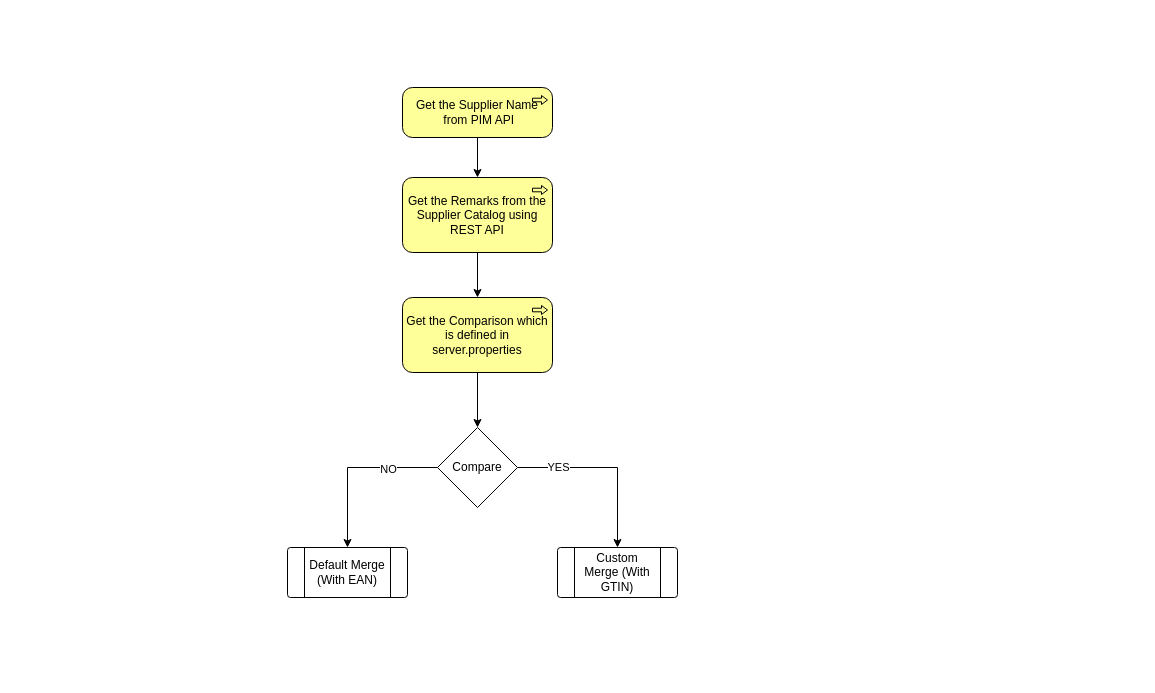
biswarup81/drawings keeps this draw.io diagram as plugin.drawio. Above is the earlier version. Source tidied: cells renumbered, new cells numbered last; positions are measured from the earlier drawing's top-left corner, leaving out a move shared by most shapes. Both pictures are drawn from the tidied source at 100%, with x=0, y=0 at pixel (287, 87).
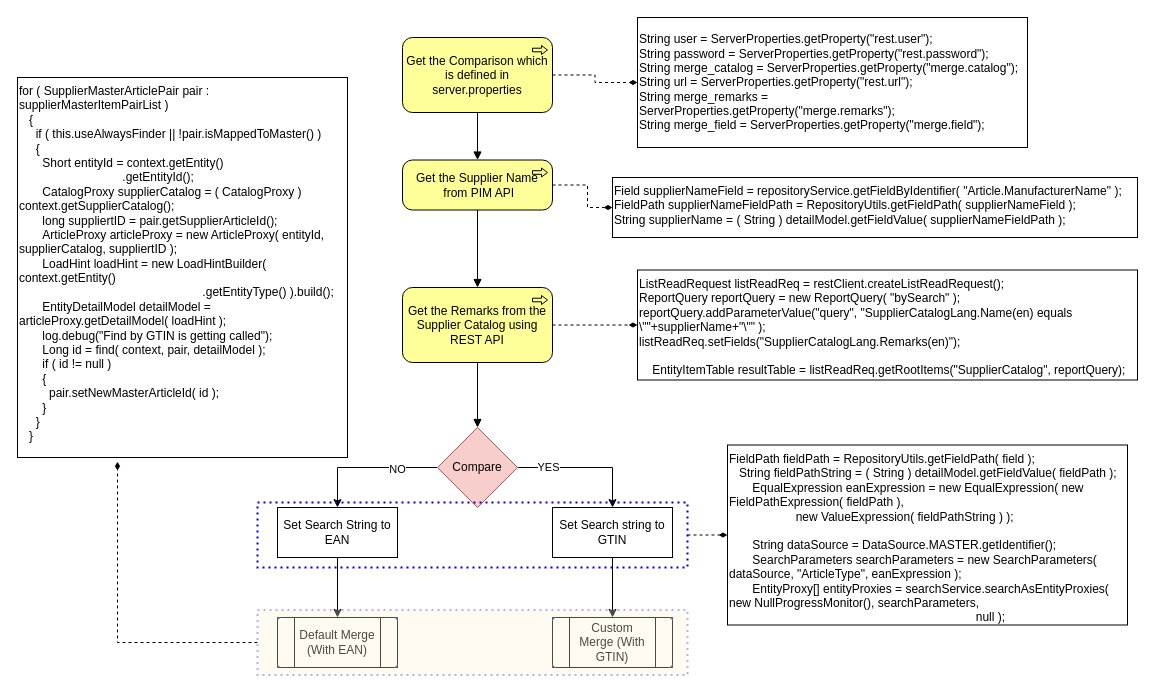
Above is the later version.

The change refers to these unchanged cells:
```xml
<mxCell id="3" style="verticalLabelPosition=bottom;verticalAlign=top;html=1;shape=process;whiteSpace=wrap;rounded=1;size=0.14;arcSize=6;" parent="2" vertex="1">
  <mxGeometry width="120" height="50" as="geometry" />
</mxCell>
<mxCell id="6" style="verticalLabelPosition=bottom;verticalAlign=top;html=1;shape=process;whiteSpace=wrap;rounded=1;size=0.14;arcSize=6;" parent="5" vertex="1">
  <mxGeometry width="120" height="50" as="geometry" />
</mxCell>
```

What changed in the source:
```diff
@@
-    <mxCell id="2" style="group;" parent="1" vertex="1">
-      <mxGeometry y="460" width="120" height="50" as="geometry" />
+    <mxCell id="2" style="group;fillColor=#0050ef;strokeColor=#001DBC;fontColor=#ffffff;" parent="1" vertex="1">
+      <mxGeometry x="-10" y="530" width="120" height="50" as="geometry" />
     </mxCell>
@@
-    <mxCell id="4" value="Default Merge (With EAN)" style="text;html=1;strokeColor=none;fillColor=none;align=center;verticalAlign=middle;whiteSpace=wrap;rounded=0;" parent="2" vertex="1">
+    <mxCell id="4" value="Default Merge (With EAN)" style="text;html=1;align=center;verticalAlign=middle;whiteSpace=wrap;rounded=0;" parent="2" vertex="1">
       <mxGeometry x="20" y="11.4" width="80" height="27.3" as="geometry" />
     </mxCell>
-    <mxCell id="5" style="group;" parent="1" vertex="1">
-      <mxGeometry x="270" y="460" width="120" height="50" as="geometry" />
+    <mxCell id="5" style="group;fillColor=#0050ef;strokeColor=#001DBC;fontColor=#ffffff;" parent="1" vertex="1">
+      <mxGeometry x="265" y="530" width="120" height="50" as="geometry" />
     </mxCell>
@@
-    <mxCell id="8" style="edgeStyle=orthogonalEdgeStyle;rounded=0;jettySize=auto;html=1;" parent="1" edge="1" source="12" target="6">
+    <mxCell id="8" style="edgeStyle=orthogonalEdgeStyle;rounded=0;jettySize=auto;html=1;entryX=0.5;entryY=0;entryDx=0;entryDy=0;" parent="1" edge="1" source="12" target="30">
       <mxGeometry relative="1" as="geometry" />
     </mxCell>
@@
-    <mxCell id="10" style="edgeStyle=orthogonalEdgeStyle;rounded=0;jettySize=auto;html=1;" parent="1" edge="1" source="12" target="3">
+    <mxCell id="10" style="edgeStyle=orthogonalEdgeStyle;rounded=0;jettySize=auto;html=1;entryX=0.5;entryY=0;entryDx=0;entryDy=0;" parent="1" edge="1" source="12" target="28">
       <mxGeometry relative="1" as="geometry" />
     </mxCell>
@@
-    <mxCell id="12" value="Compare" style="rhombus;whiteSpace=wrap;html=1;" parent="1" vertex="1">
+    <mxCell id="12" value="Compare" style="rhombus;whiteSpace=wrap;html=1;fillColor=#f8cecc;strokeColor=#b85450;" parent="1" vertex="1">
       <mxGeometry x="150" y="340" width="80" height="80" as="geometry" />
     </mxCell>
-    <mxCell id="13" style="edgeStyle=orthogonalEdgeStyle;rounded=0;jettySize=auto;html=1;" parent="1" edge="1" source="14" target="18">
-      <mxGeometry relative="1" as="geometry" />
-    </mxCell>
+    <mxCell id="19" style="edgeStyle=orthogonalEdgeStyle;rounded=0;jettySize=auto;html=1;entryX=0;entryY=0.5;entryDx=0;entryDy=0;dashed=1;endArrow=diamondThin;endFill=1;" parent="1" edge="1" source="14" target="25">
+      <mxGeometry relative="1" as="geometry" />
+    </mxCell>
+    <mxCell id="20" style="edgeStyle=orthogonalEdgeStyle;rounded=0;jettySize=auto;html=1;endArrow=block;endFill=1;" parent="1" edge="1" source="14" target="12">
+      <mxGeometry relative="1" as="geometry" />
+    </mxCell>
     <mxCell id="14" value="Get the Remarks from the Supplier Catalog using REST API" style="html=1;outlineConnect=0;whiteSpace=wrap;fillColor=#ffff99;shape=mxgraph.archimate3.application;appType=proc;archiType=rounded;" parent="1" vertex="1">
-      <mxGeometry x="115" y="90" width="150" height="75" as="geometry" />
+      <mxGeometry x="115" y="200" width="150" height="75" as="geometry" />
     </mxCell>
+    <mxCell id="21" style="edgeStyle=orthogonalEdgeStyle;rounded=0;jettySize=auto;html=1;dashed=1;endArrow=diamondThin;endFill=1;" parent="1" edge="1" source="16" target="26">
+      <mxGeometry relative="1" as="geometry">
+        <Array as="points">
+          <mxPoint x="300" y="98" />
+          <mxPoint x="300" y="120" />
+        </Array>
+      </mxGeometry>
+    </mxCell>
+    <mxCell id="22" style="edgeStyle=orthogonalEdgeStyle;rounded=0;jettySize=auto;html=1;dashed=1;endArrow=diamondThin;endFill=1;" parent="1" edge="1" source="18" target="24">
+      <mxGeometry relative="1" as="geometry" />
+    </mxCell>
+    <mxCell id="23" style="edgeStyle=orthogonalEdgeStyle;rounded=0;jettySize=auto;html=1;endArrow=block;endFill=1;" parent="1" edge="1" source="18" target="16">
+      <mxGeometry relative="1" as="geometry" />
+    </mxCell>
+    <mxCell id="18" value="Get the Comparison which is defined in server.properties" style="html=1;outlineConnect=0;whiteSpace=wrap;fillColor=#ffff99;shape=mxgraph.archimate3.application;appType=proc;archiType=rounded;" parent="1" vertex="1">
+      <mxGeometry x="115" y="-50" width="150" height="75" as="geometry" />
+    </mxCell>
+    <mxCell id="24" value="&lt;div&gt;String user = ServerProperties.getProperty(&quot;rest.user&quot;);&lt;/div&gt;&lt;div&gt;&lt;span class=&quot;Apple-tab-span&quot;&gt;   &lt;/span&gt;String password = ServerProperties.getProperty(&quot;rest.password&quot;);&lt;/div&gt;&lt;div&gt;&lt;span class=&quot;Apple-tab-span&quot;&gt;   &lt;/span&gt;String merge_catalog = ServerProperties.getProperty(&quot;merge.catalog&quot;);&lt;/div&gt;&lt;div&gt;&lt;span class=&quot;Apple-tab-span&quot;&gt;   &lt;/span&gt;String url = ServerProperties.getProperty(&quot;rest.url&quot;);&lt;/div&gt;&lt;div&gt;&lt;span class=&quot;Apple-tab-span&quot;&gt;   &lt;/span&gt;String merge_remarks = ServerProperties.getProperty(&quot;merge.remarks&quot;);&lt;/div&gt;&lt;div&gt;&lt;span class=&quot;Apple-tab-span&quot;&gt;   &lt;/span&gt;String merge_field = ServerProperties.getProperty(&quot;merge.field&quot;);&lt;/div&gt;" style="text;html=1;fillColor=none;align=left;verticalAlign=middle;whiteSpace=wrap;rounded=0;labelBackgroundColor=#ffffff;strokeColor=#000000;" parent="1" vertex="1">
+      <mxGeometry x="350" y="-70" width="390" height="130" as="geometry" />
+    </mxCell>
+    <mxCell id="25" value="ListReadRequest listReadReq = restClient.createListReadRequest();&lt;br&gt;ReportQuery reportQuery = new ReportQuery( &quot;bySearch&quot; );&lt;br&gt;reportQuery.addParameterValue(&quot;query&quot;, &quot;SupplierCatalogLang.Name(en) equals \&quot;&quot;+supplierName+&quot;\&quot;&quot; );&lt;br&gt;listReadReq.setFields(&quot;SupplierCatalogLang.Remarks(en)&quot;);&lt;br&gt;  &amp;nbsp;  &amp;nbsp; &lt;br&gt;  &amp;nbsp;  &amp;nbsp; EntityItemTable resultTable = listReadReq.getRootItems(&quot;SupplierCatalog&quot;, reportQuery);" style="text;whiteSpace=wrap;html=1;strokeColor=#000000;" parent="1" vertex="1">
+      <mxGeometry x="350" y="182.5" width="500" height="110" as="geometry" />
+    </mxCell>
+    <mxCell id="26" value="Field supplierNameField = repositoryService.getFieldByIdentifier( &quot;Article.ManufacturerName&quot; ); &amp;nbsp; &amp;nbsp; FieldPath supplierNameFieldPath = RepositoryUtils.getFieldPath( supplierNameField );&lt;br&gt;String supplierName = ( String ) detailModel.getFieldValue( supplierNameFieldPath );" style="text;whiteSpace=wrap;html=1;strokeColor=#000000;" parent="1" vertex="1">
+      <mxGeometry x="325" y="90" width="525" height="60" as="geometry" />
+    </mxCell>
+    <mxCell id="27" style="edgeStyle=orthogonalEdgeStyle;rounded=0;jettySize=auto;html=1;entryX=0.5;entryY=0;entryDx=0;entryDy=0;" parent="1" edge="1" source="28" target="3">
+      <mxGeometry relative="1" as="geometry" />
+    </mxCell>
+    <mxCell id="28" value="Set Search String to EAN" style="rounded=0;whiteSpace=wrap;html=1;labelBackgroundColor=#ffffff;strokeColor=#000000;fillColor=#ffffff;align=center;" parent="1" vertex="1">
+      <mxGeometry x="-10" y="420" width="120" height="50" as="geometry" />
+    </mxCell>
+    <mxCell id="29" style="edgeStyle=orthogonalEdgeStyle;rounded=0;jettySize=auto;html=1;entryX=0.5;entryY=0;entryDx=0;entryDy=0;" parent="1" edge="1" source="30" target="6">
+      <mxGeometry relative="1" as="geometry" />
+    </mxCell>
+    <mxCell id="30" value="Set Search string to GTIN" style="rounded=0;whiteSpace=wrap;html=1;labelBackgroundColor=#ffffff;strokeColor=#000000;fillColor=#ffffff;align=center;" parent="1" vertex="1">
+      <mxGeometry x="265" y="420" width="120" height="50" as="geometry" />
+    </mxCell>
+    <mxCell id="31" value="FieldPath fieldPath = RepositoryUtils.getFieldPath( field );&#10;      String fieldPathString = ( String ) detailModel.getFieldValue( fieldPath );&#10;         EqualExpression eanExpression = new EqualExpression( new FieldPathExpression( fieldPath ),&#10;                    new ValueExpression( fieldPathString ) );&#10;         &#10;         String dataSource = DataSource.MASTER.getIdentifier();&#10;         SearchParameters searchParameters = new SearchParameters( dataSource, &quot;ArticleType&quot;, eanExpression );&#10;         EntityProxy[] entityProxies = searchService.searchAsEntityProxies( new NullProgressMonitor(), searchParameters,&#10;                                                                            null );" style="text;whiteSpace=wrap;html=1;strokeColor=#000000;" parent="1" vertex="1">
+      <mxGeometry x="440" y="357.5" width="400" height="180" as="geometry" />
+    </mxCell>
+    <mxCell id="32" style="edgeStyle=orthogonalEdgeStyle;rounded=0;jettySize=auto;html=1;exitX=1;exitY=0.5;exitDx=0;exitDy=0;entryX=0;entryY=0.5;entryDx=0;entryDy=0;dashed=1;endArrow=diamondThin;endFill=1;" parent="1" edge="1" source="33" target="31">
+      <mxGeometry relative="1" as="geometry" />
+    </mxCell>
+    <mxCell id="33" style="rounded=0;whiteSpace=wrap;html=1;labelBackgroundColor=#ffffff;align=center;fillColor=none;dashed=1;strokeColor=#0000CC;dashPattern=1 2;strokeWidth=2;" parent="1" vertex="1">
+      <mxGeometry x="-30" y="415" width="430" height="65" as="geometry" />
+    </mxCell>
+    <mxCell id="34" value="for ( SupplierMasterArticlePair pair : supplierMasterItemPairList )&#10;     {&#10;       if ( this.useAlwaysFinder || !pair.isMappedToMaster() )&#10;       {&#10;         Short entityId = context.getEntity()&#10;                                 .getEntityId();&#10;         CatalogProxy supplierCatalog = ( CatalogProxy ) context.getSupplierCatalog();&#10;         long suppliertID = pair.getSupplierArticleId();&#10;         ArticleProxy articleProxy = new ArticleProxy( entityId, supplierCatalog, suppliertID );&#10;         LoadHint loadHint = new LoadHintBuilder( context.getEntity()&#10;                                                         .getEntityType() ).build();&#10;         EntityDetailModel detailModel = articleProxy.getDetailModel( loadHint );&#10;         log.debug(&quot;Find by GTIN is getting called&quot;);&#10;         Long id = find( context, pair, detailModel );&#10;         if ( id != null )&#10;         {&#10;           pair.setNewMasterArticleId( id );&#10;         }&#10;       }&#10;     }" style="text;whiteSpace=wrap;html=1;strokeColor=#000000;" parent="1" vertex="1">
+      <mxGeometry x="-270" y="-10" width="330" height="380" as="geometry" />
+    </mxCell>
+    <mxCell id="35" style="edgeStyle=orthogonalEdgeStyle;rounded=0;jettySize=auto;html=1;dashed=1;endArrow=diamondThin;endFill=1;entryX=0.303;entryY=1.011;entryDx=0;entryDy=0;entryPerimeter=0;" parent="1" edge="1" source="36" target="34">
+      <mxGeometry relative="1" as="geometry">
+        <Array as="points">
+          <mxPoint x="-170" y="555" />
+        </Array>
+      </mxGeometry>
+    </mxCell>
+    <mxCell id="36" style="rounded=0;whiteSpace=wrap;html=1;labelBackgroundColor=#ffffff;align=center;dashed=1;strokeColor=#0000CC;dashPattern=1 2;strokeWidth=2;fillColor=#FFF2CC;opacity=30;" parent="1" vertex="1">
+      <mxGeometry x="-30" y="522.5" width="430" height="65" as="geometry" />
+    </mxCell>
-    <mxCell id="15" style="edgeStyle=orthogonalEdgeStyle;rounded=0;jettySize=auto;html=1;" parent="1" edge="1" source="16" target="14">
+    <mxCell id="15" style="edgeStyle=orthogonalEdgeStyle;rounded=0;jettySize=auto;html=1;endArrow=block;endFill=1;" parent="1" edge="1" source="16" target="14">
       <mxGeometry relative="1" as="geometry" />
     </mxCell>
     <mxCell id="16" value="Get the Supplier Name &amp;nbsp;from PIM API" style="html=1;outlineConnect=0;whiteSpace=wrap;fillColor=#ffff99;shape=mxgraph.archimate3.application;appType=proc;archiType=rounded;" parent="1" vertex="1">
-      <mxGeometry x="115" width="150" height="50" as="geometry" />
+      <mxGeometry x="115" y="72.5" width="150" height="50" as="geometry" />
     </mxCell>
-    <mxCell id="17" style="edgeStyle=orthogonalEdgeStyle;rounded=0;jettySize=auto;html=1;" parent="1" edge="1" source="18" target="12">
-      <mxGeometry relative="1" as="geometry" />
-    </mxCell>
-    <mxCell id="18" value="Get the Comparison which is defined in server.properties" style="html=1;outlineConnect=0;whiteSpace=wrap;fillColor=#ffff99;shape=mxgraph.archimate3.application;appType=proc;archiType=rounded;" parent="1" vertex="1">
-      <mxGeometry x="115" y="210" width="150" height="75" as="geometry" />
-    </mxCell>
```
